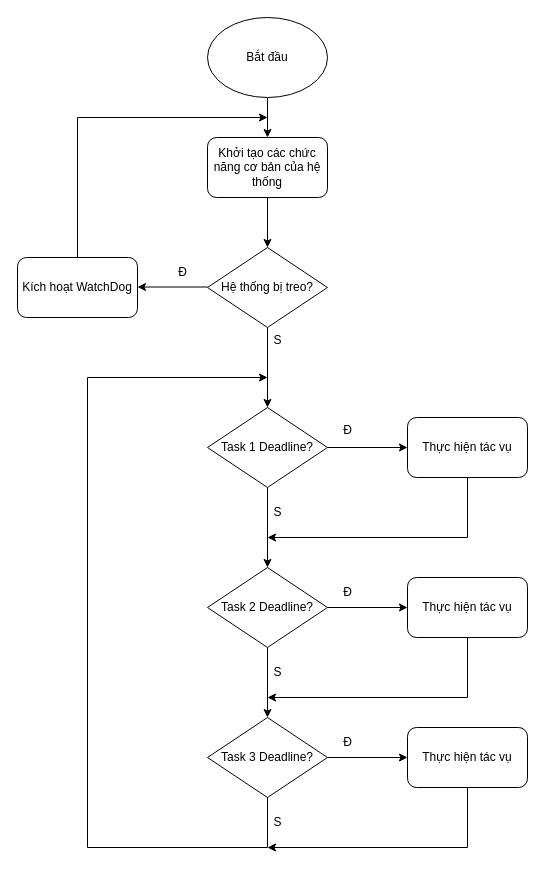
Above: LuuDoThuatToan.drawio in Kyuubi0323/Bachelor_Project (draw.io), before the change. Source tidied: cells renumbered, new cells numbered last; positions are measured from the earlier drawing's top-left corner, leaving out a move shared by most shapes. Both pictures are drawn from the tidied source at 100%, with x=0, y=0 at pixel (17, 17).
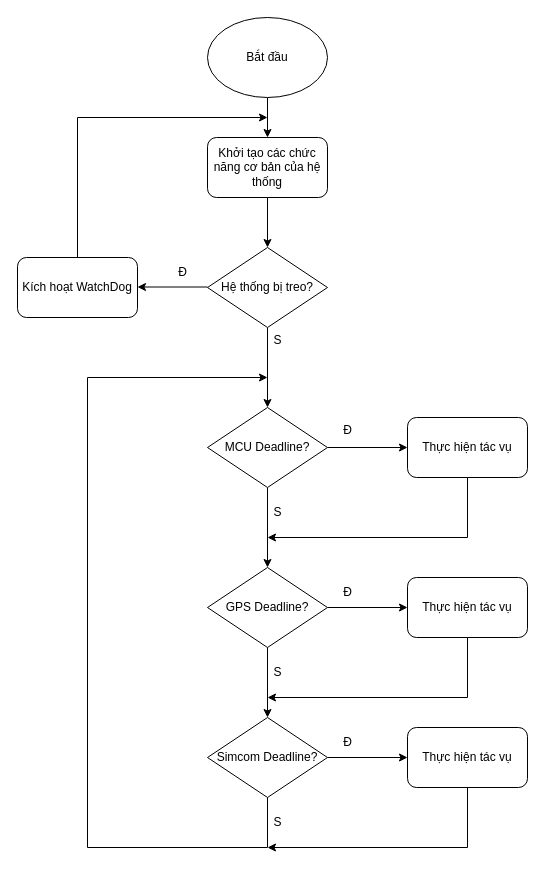
The same page after the edit.

The edit, as a diff of the source:
```diff
@@
-    <mxCell id="14" value="Task 1 Deadline?" style="rhombus;whiteSpace=wrap;html=1;" parent="1" vertex="1">
+    <mxCell id="14" value="MCU Deadline?" style="rhombus;whiteSpace=wrap;html=1;" parent="1" vertex="1">
       <mxGeometry x="190" y="390" width="120" height="80" as="geometry" />
     </mxCell>
@@
-    <mxCell id="19" value="Task 2 Deadline?" style="rhombus;whiteSpace=wrap;html=1;" parent="1" vertex="1">
+    <mxCell id="19" value="GPS Deadline?" style="rhombus;whiteSpace=wrap;html=1;" parent="1" vertex="1">
       <mxGeometry x="190" y="550" width="120" height="80" as="geometry" />
     </mxCell>
@@
-    <mxCell id="26" value="Task 3 Deadline?" style="rhombus;whiteSpace=wrap;html=1;" parent="1" vertex="1">
+    <mxCell id="26" value="Simcom Deadline?" style="rhombus;whiteSpace=wrap;html=1;" parent="1" vertex="1">
       <mxGeometry x="190" y="700" width="120" height="80" as="geometry" />
     </mxCell>
```
